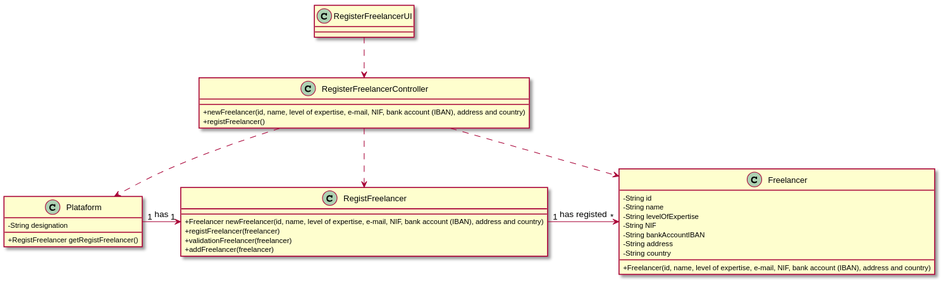
This is LAPR2-2020-G010-Application/docs/usecases/UC1/UC01_CD.svg from LourencoMelo/ISEP-LAPR2, a PlantUML export, as it was before one commit. Its diagram source:
```plantuml
@startuml
skinparam classAttributeIconSize 0
top to bottom direction

class RegisterFreelancerUI{
}

class RegisterFreelancerController{
    +newFreelancer(id, name, level of expertise, e-mail, NIF, bank account (IBAN), address and country)
    +registFreelancer()

}

class Plataform{
    -String designation

    +RegistFreelancer getRegistFreelancer()
}

class RegistFreelancer{
    +Freelancer newFreelancer(id, name, level of expertise, e-mail, NIF, bank account (IBAN), address and country)
    +registFreelancer(freelancer)
    +validationFreelancer(freelancer)
    +addFreelancer(freelancer)
}

class Freelancer{
     -String id
     -String name
     -String levelOfExpertise
     -String NIF
     -String bankAccountIBAN
     -String address
     -String country

     +Freelancer(id, name, level of expertise, e-mail, NIF, bank account (IBAN), address and country)
}


RegisterFreelancerUI ..> RegisterFreelancerController

RegisterFreelancerController ..> RegistFreelancer
RegisterFreelancerController ..> Freelancer
RegisterFreelancerController ..> Plataform

Plataform "1" -> "1" RegistFreelancer : has

RegistFreelancer "1" -> "*" Freelancer : has registed



@enduml
```
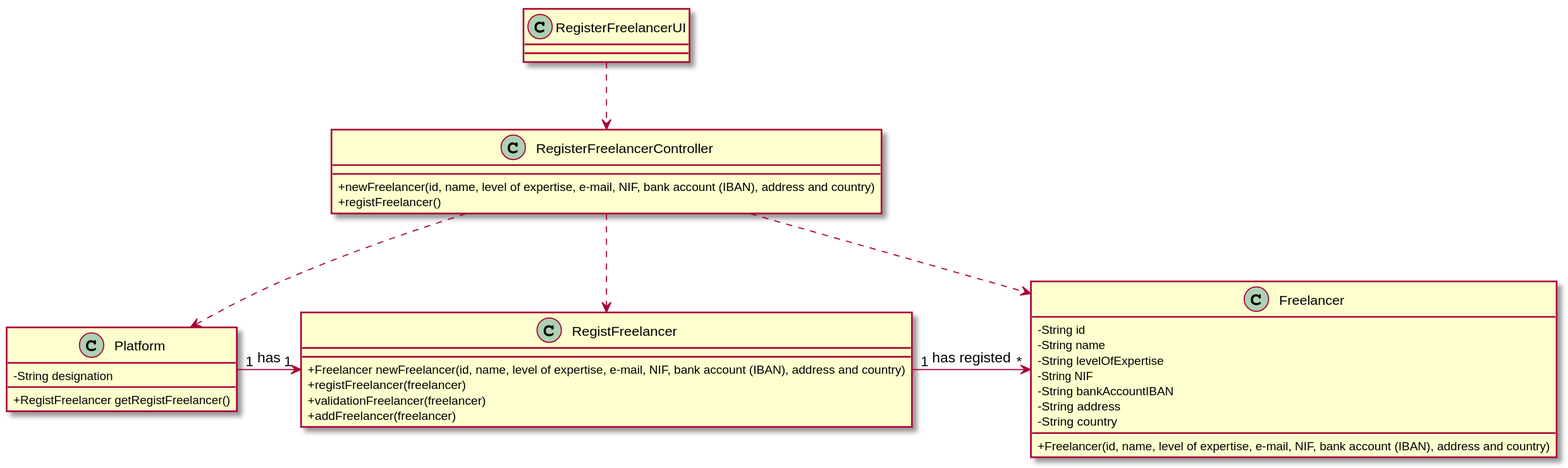
After the change.

What changed in the source:
```diff
@@ -11,7 +11,7 @@
 
 }
 
-class Plataform{
+class Platform{
     -String designation
 
     +RegistFreelancer getRegistFreelancer()
@@ -41,9 +41,9 @@
 
 RegisterFreelancerController ..> RegistFreelancer
 RegisterFreelancerController ..> Freelancer
-RegisterFreelancerController ..> Plataform
+RegisterFreelancerController ..> Platform
 
-Plataform "1" -> "1" RegistFreelancer : has
+Platform "1" -> "1" RegistFreelancer : has
 
 RegistFreelancer "1" -> "*" Freelancer : has registed
 
```
